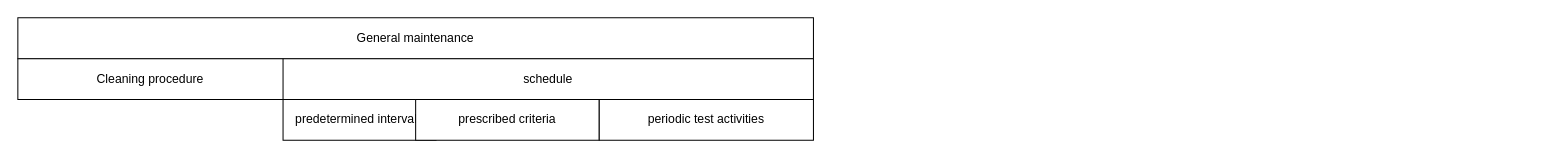
Earlier version of the draw.io diagram General maintenance.drawio (amerezoji1362/drawio-github). Source tidied: cells renumbered, new cells numbered last; positions are measured from the earlier drawing's top-left corner, leaving out a move shared by most shapes. Both pictures are drawn from the tidied source at 102%, with x=0, y=0 at pixel (17, 17).
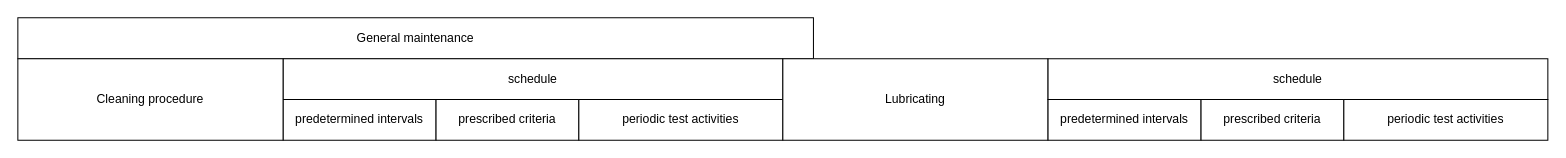
The same diagram, later.

The edit, as a diff of the source:
```diff
@@
     <mxCell id="5" style="shape=table;startSize=0;childLayout=tableLayout;" parent="1" vertex="1">
-      <mxGeometry y="40" width="780" height="40" as="geometry" />
+      <mxGeometry x="260" y="40" width="490" height="40" as="geometry" />
     </mxCell>
     <mxCell id="6" style="shape=partialRectangle;fillColor=none;top=0;left=0;bottom=0;right=0;" parent="5" vertex="1">
-      <mxGeometry width="780" height="40" as="geometry" />
+      <mxGeometry width="490" height="40" as="geometry" />
     </mxCell>
-    <mxCell id="7" value="Cleaning procedure" style="shape=partialRectangle;html=1;whiteSpace=wrap;overflow=hidden;fillColor=none;top=0;left=0;bottom=0;right=0;" parent="6" vertex="1">
-      <mxGeometry width="260" height="40" as="geometry" />
-    </mxCell>
     <mxCell id="8" value="schedule" style="shape=partialRectangle;html=1;whiteSpace=wrap;overflow=hidden;fillColor=none;top=0;left=0;bottom=0;right=0;" parent="6" vertex="1">
-      <mxGeometry x="260" width="520" height="40" as="geometry" />
+      <mxGeometry width="490" height="40" as="geometry" />
     </mxCell>
@@
     <mxCell id="12" style="shape=table;startSize=0;childLayout=tableLayout;" parent="1" vertex="1">
-      <mxGeometry x="390" y="80" width="180" height="40" as="geometry" />
+      <mxGeometry x="410" y="80" width="140" height="40" as="geometry" />
     </mxCell>
     <mxCell id="13" style="shape=partialRectangle;fillColor=none;top=0;left=0;bottom=0;right=0;" parent="12" vertex="1">
-      <mxGeometry width="180" height="40" as="geometry" />
+      <mxGeometry width="140" height="40" as="geometry" />
     </mxCell>
     <mxCell id="14" value="prescribed criteria" style="shape=partialRectangle;html=1;whiteSpace=wrap;overflow=hidden;fillColor=none;top=0;left=0;bottom=0;right=0;" parent="13" vertex="1">
-      <mxGeometry width="180" height="40" as="geometry" />
+      <mxGeometry width="140" height="40" as="geometry" />
     </mxCell>
     <mxCell id="15" style="shape=table;startSize=0;childLayout=tableLayout;" parent="1" vertex="1">
-      <mxGeometry x="570" y="80" width="210" height="40" as="geometry" />
+      <mxGeometry x="550" y="80" width="200" height="40" as="geometry" />
     </mxCell>
     <mxCell id="16" style="shape=partialRectangle;fillColor=none;top=0;left=0;bottom=0;right=0;" parent="15" vertex="1">
-      <mxGeometry width="210" height="40" as="geometry" />
+      <mxGeometry width="200" height="40" as="geometry" />
     </mxCell>
     <mxCell id="17" value="periodic test activities " style="shape=partialRectangle;html=1;whiteSpace=wrap;overflow=hidden;fillColor=none;top=0;left=0;bottom=0;right=0;" parent="16" vertex="1">
-      <mxGeometry width="210" height="40" as="geometry" />
+      <mxGeometry width="200" height="40" as="geometry" />
     </mxCell>
+    <mxCell id="18" style="shape=table;startSize=0;childLayout=tableLayout;" parent="1" vertex="1">
+      <mxGeometry y="40" width="260" height="80" as="geometry" />
+    </mxCell>
+    <mxCell id="19" style="shape=partialRectangle;fillColor=none;top=0;left=0;bottom=0;right=0;" parent="18" vertex="1">
+      <mxGeometry width="260" height="80" as="geometry" />
+    </mxCell>
+    <mxCell id="7" value="Cleaning procedure" style="shape=partialRectangle;html=1;whiteSpace=wrap;overflow=hidden;fillColor=none;top=0;left=0;bottom=0;right=0;" parent="19" vertex="1">
+      <mxGeometry width="260" height="80" as="geometry" />
+    </mxCell>
+    <mxCell id="20" style="shape=table;startSize=0;childLayout=tableLayout;" parent="1" vertex="1">
+      <mxGeometry x="750" y="40" width="260" height="80" as="geometry" />
+    </mxCell>
+    <mxCell id="21" style="shape=partialRectangle;fillColor=none;top=0;left=0;bottom=0;right=0;" parent="20" vertex="1">
+      <mxGeometry width="260" height="80" as="geometry" />
+    </mxCell>
+    <mxCell id="22" value="Lubricating" style="shape=partialRectangle;html=1;whiteSpace=wrap;overflow=hidden;fillColor=none;top=0;left=0;bottom=0;right=0;" parent="21" vertex="1">
+      <mxGeometry width="260" height="80" as="geometry" />
+    </mxCell>
+    <mxCell id="23" style="shape=table;startSize=0;childLayout=tableLayout;" parent="1" vertex="1">
+      <mxGeometry x="1010" y="40" width="490" height="40" as="geometry" />
+    </mxCell>
+    <mxCell id="24" style="shape=partialRectangle;fillColor=none;top=0;left=0;bottom=0;right=0;" parent="23" vertex="1">
+      <mxGeometry width="490" height="40" as="geometry" />
+    </mxCell>
+    <mxCell id="25" value="schedule" style="shape=partialRectangle;html=1;whiteSpace=wrap;overflow=hidden;fillColor=none;top=0;left=0;bottom=0;right=0;" parent="24" vertex="1">
+      <mxGeometry width="490" height="40" as="geometry" />
+    </mxCell>
+    <mxCell id="26" style="shape=table;startSize=0;childLayout=tableLayout;" parent="1" vertex="1">
+      <mxGeometry x="1010" y="80" width="150" height="40" as="geometry" />
+    </mxCell>
+    <mxCell id="27" style="shape=partialRectangle;fillColor=none;top=0;left=0;bottom=0;right=0;" parent="26" vertex="1">
+      <mxGeometry width="150" height="40" as="geometry" />
+    </mxCell>
+    <mxCell id="28" value="predetermined intervals " style="shape=partialRectangle;html=1;whiteSpace=wrap;overflow=hidden;fillColor=none;top=0;left=0;bottom=0;right=0;" parent="27" vertex="1">
+      <mxGeometry width="150" height="40" as="geometry" />
+    </mxCell>
+    <mxCell id="29" style="shape=table;startSize=0;childLayout=tableLayout;" parent="1" vertex="1">
+      <mxGeometry x="1160" y="80" width="140" height="40" as="geometry" />
+    </mxCell>
+    <mxCell id="30" style="shape=partialRectangle;fillColor=none;top=0;left=0;bottom=0;right=0;" parent="29" vertex="1">
+      <mxGeometry width="140" height="40" as="geometry" />
+    </mxCell>
+    <mxCell id="31" value="prescribed criteria" style="shape=partialRectangle;html=1;whiteSpace=wrap;overflow=hidden;fillColor=none;top=0;left=0;bottom=0;right=0;" parent="30" vertex="1">
+      <mxGeometry width="140" height="40" as="geometry" />
+    </mxCell>
+    <mxCell id="32" style="shape=table;startSize=0;childLayout=tableLayout;" parent="1" vertex="1">
+      <mxGeometry x="1300" y="80" width="200" height="40" as="geometry" />
+    </mxCell>
+    <mxCell id="33" style="shape=partialRectangle;fillColor=none;top=0;left=0;bottom=0;right=0;" parent="32" vertex="1">
+      <mxGeometry width="200" height="40" as="geometry" />
+    </mxCell>
+    <mxCell id="34" value="periodic test activities " style="shape=partialRectangle;html=1;whiteSpace=wrap;overflow=hidden;fillColor=none;top=0;left=0;bottom=0;right=0;" parent="33" vertex="1">
+      <mxGeometry width="200" height="40" as="geometry" />
+    </mxCell>
```
